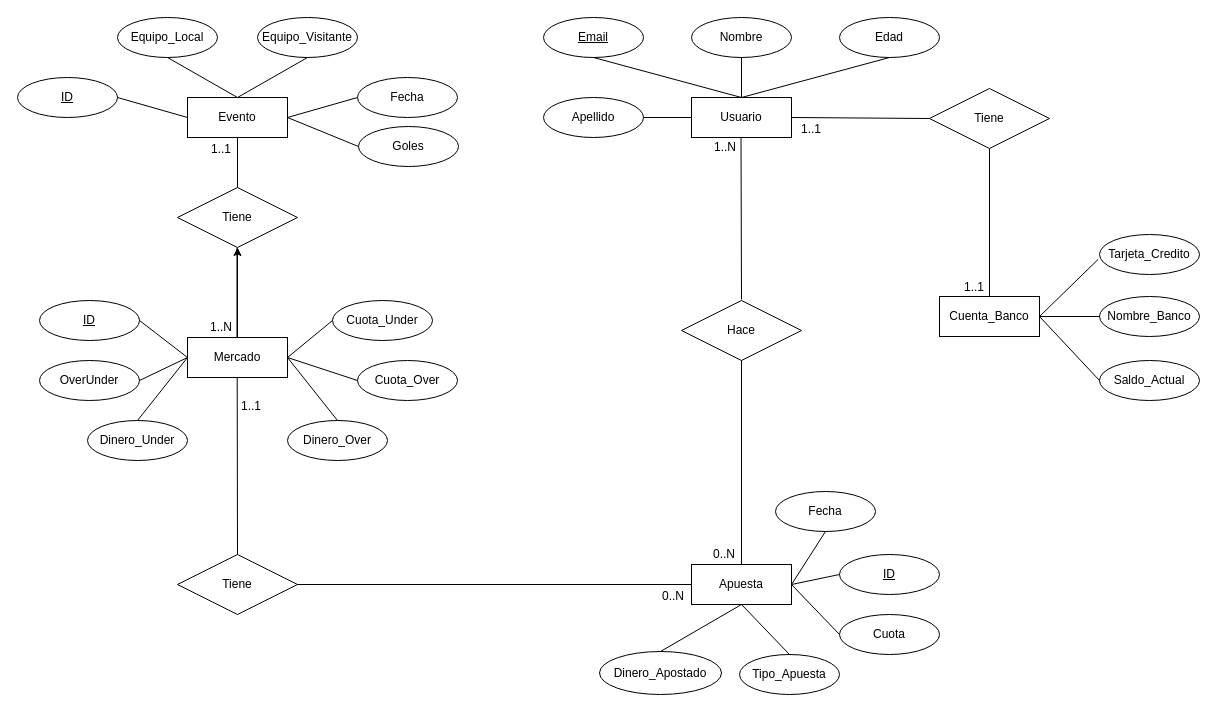
This is Modelos/Diseño_Conceptual/Diagrama.drawio from yomismomismo/PlaceMyBetAE5, a draw.io file, before an edit. Source tidied: cells renumbered, new cells numbered last; positions are measured from the earlier drawing's top-left corner, leaving out a move shared by most shapes. Both pictures are drawn from the tidied source at 100%, with x=0, y=0 at pixel (17, 17).
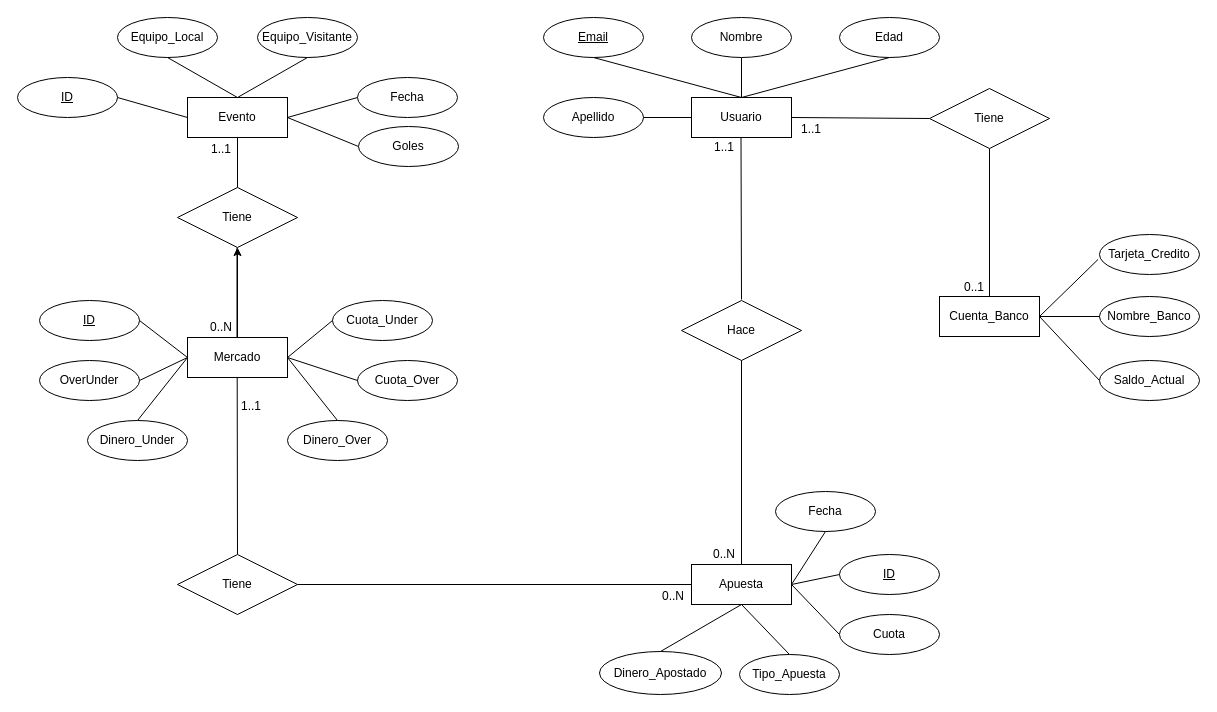
Above is the later version.

The change refers to these unchanged cells:
```xml
<mxCell id="39" style="endArrow=none;html=1;rounded=0;exitX=0.5;exitY=1;exitDx=0;exitDy=0;entryX=0.5;entryY=0;entryDx=0;entryDy=0;" parent="1" edge="1">
  <mxGeometry relative="1" as="geometry">
    <mxPoint x="219.5" y="230" as="sourcePoint" />
    <mxPoint x="219.5" y="320" as="targetPoint" />
  </mxGeometry>
</mxCell>
<mxCell id="50" style="endArrow=none;html=1;rounded=0;exitX=0.5;exitY=1;exitDx=0;exitDy=0;" parent="1" edge="1">
  <mxGeometry relative="1" as="geometry">
    <mxPoint x="723.5" y="120" as="sourcePoint" />
    <mxPoint x="724" y="282" as="targetPoint" />
  </mxGeometry>
</mxCell>
<mxCell id="53" style="endArrow=none;html=1;rounded=0;exitX=0.5;exitY=1;exitDx=0;exitDy=0;entryX=0.5;entryY=0;entryDx=0;entryDy=0;" parent="1" edge="1" source="52" target="32">
  <mxGeometry relative="1" as="geometry" />
</mxCell>
```

The edit, as a diff of the source:
```diff
@@
-    <mxCell id="40" value="1..N" style="html=1;align=right;verticalAlign=bottom;" parent="39" vertex="1">
+    <mxCell id="40" value="0..N" style="html=1;align=right;verticalAlign=bottom;" parent="39" vertex="1">
       <mxGeometry x="1" relative="1" as="geometry">
         <mxPoint x="-5" y="-2" as="offset" />
       </mxGeometry>
     </mxCell>
@@
-    <mxCell id="51" value="1..N" style="html=1;align=left;verticalAlign=bottom;" parent="50" vertex="1">
+    <mxCell id="51" value="1..1" style="html=1;align=left;verticalAlign=bottom;" parent="50" vertex="1">
       <mxGeometry x="-1" relative="1" as="geometry">
         <mxPoint x="-28.5" y="18" as="offset" />
       </mxGeometry>
     </mxCell>
@@
-    <mxCell id="54" value="1..1" style="html=1;align=right;verticalAlign=bottom;" parent="53" vertex="1">
+    <mxCell id="54" value="0..1" style="html=1;align=right;verticalAlign=bottom;" parent="53" vertex="1">
       <mxGeometry x="1" relative="1" as="geometry">
         <mxPoint x="-5" y="-1" as="offset" />
       </mxGeometry>
     </mxCell>
```
